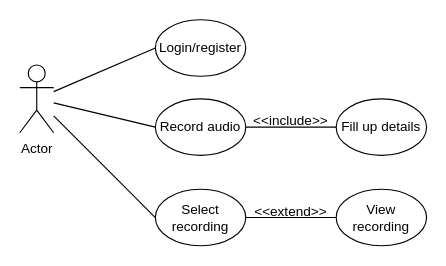
This is Untitled Diagram.drawio from LadyHergon/Software-Assignment, a draw.io file, before an edit. Source tidied: cells renumbered, new cells numbered last; positions are measured from the earlier drawing's top-left corner, leaving out a move shared by most shapes. Both pictures are drawn from the tidied source at 113%, with x=0, y=0 at pixel (19, 19).
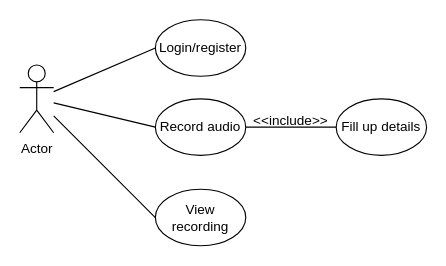
The same diagram, later.

The edit, as a diff of the source:
```diff
@@
 <mxGraphModel>
   <root>
     <mxCell id="0" />
     <mxCell id="1" parent="0" />
     <mxCell id="2" value="Actor" style="shape=umlActor;verticalLabelPosition=bottom;verticalAlign=top;html=1;outlineConnect=0;" parent="1" vertex="1">
       <mxGeometry y="40" width="30" height="60" as="geometry" />
     </mxCell>
     <mxCell id="3" value="Login/register" style="ellipse;whiteSpace=wrap;html=1;" parent="1" vertex="1">
       <mxGeometry x="120" width="80" height="50" as="geometry" />
     </mxCell>
     <mxCell id="4" value="Record audio" style="ellipse;whiteSpace=wrap;html=1;" parent="1" vertex="1">
       <mxGeometry x="120" y="70" width="80" height="50" as="geometry" />
     </mxCell>
     <mxCell id="5" value="Fill up details" style="ellipse;whiteSpace=wrap;html=1;" parent="1" vertex="1">
       <mxGeometry x="280" y="70" width="80" height="50" as="geometry" />
     </mxCell>
-    <mxCell id="6" value="Select recording" style="ellipse;whiteSpace=wrap;html=1;" parent="1" vertex="1">
-      <mxGeometry x="120" y="150" width="80" height="50" as="geometry" />
-    </mxCell>
     <mxCell id="7" value="View recording" style="ellipse;whiteSpace=wrap;html=1;" parent="1" vertex="1">
-      <mxGeometry x="280" y="150" width="80" height="50" as="geometry" />
+      <mxGeometry x="120" y="150" width="80" height="50" as="geometry" />
     </mxCell>
     <mxCell id="8" style="endArrow=none;html=1;exitX=1;exitY=0.5;exitDx=0;exitDy=0;entryX=0;entryY=0.5;entryDx=0;entryDy=0;" parent="1" edge="1" source="4" target="5">
       <mxGeometry relative="1" as="geometry" />
     </mxCell>
-    <mxCell id="9" style="endArrow=none;html=1;exitX=1;exitY=0.5;exitDx=0;exitDy=0;entryX=0;entryY=0.5;entryDx=0;entryDy=0;" parent="1" edge="1" source="6" target="7">
-      <mxGeometry relative="1" as="geometry" />
-    </mxCell>
     <mxCell id="10" style="endArrow=none;html=1;entryX=0;entryY=0.5;entryDx=0;entryDy=0;" parent="1" edge="1" source="2" target="3">
       <mxGeometry relative="1" as="geometry" />
     </mxCell>
     <mxCell id="11" style="endArrow=none;html=1;entryX=0;entryY=0.5;entryDx=0;entryDy=0;" parent="1" edge="1" source="2" target="4">
       <mxGeometry relative="1" as="geometry" />
     </mxCell>
-    <mxCell id="12" style="endArrow=none;html=1;entryX=0;entryY=0.5;entryDx=0;entryDy=0;" parent="1" edge="1" source="2" target="6">
-      <mxGeometry relative="1" as="geometry" />
+    <mxCell id="12" style="endArrow=none;html=1;entryX=0;entryY=0.5;entryDx=0;entryDy=0;" parent="1" edge="1" source="2">
+      <mxGeometry relative="1" as="geometry">
+        <mxPoint x="120" y="175" as="targetPoint" />
+      </mxGeometry>
     </mxCell>
     <mxCell id="13" value="&amp;lt;&amp;lt;include&amp;gt;&amp;gt;" style="text;html=1;strokeColor=none;fillColor=none;align=center;verticalAlign=middle;whiteSpace=wrap;rounded=0;" parent="1" vertex="1">
       <mxGeometry x="220" y="80" width="40" height="20" as="geometry" />
     </mxCell>
-    <mxCell id="14" value="&amp;lt;&amp;lt;extend&amp;gt;&amp;gt;" style="text;html=1;strokeColor=none;fillColor=none;align=center;verticalAlign=middle;whiteSpace=wrap;rounded=0;" parent="1" vertex="1">
-      <mxGeometry x="220" y="160" width="40" height="20" as="geometry" />
-    </mxCell>
   </root>
 </mxGraphModel>
```
